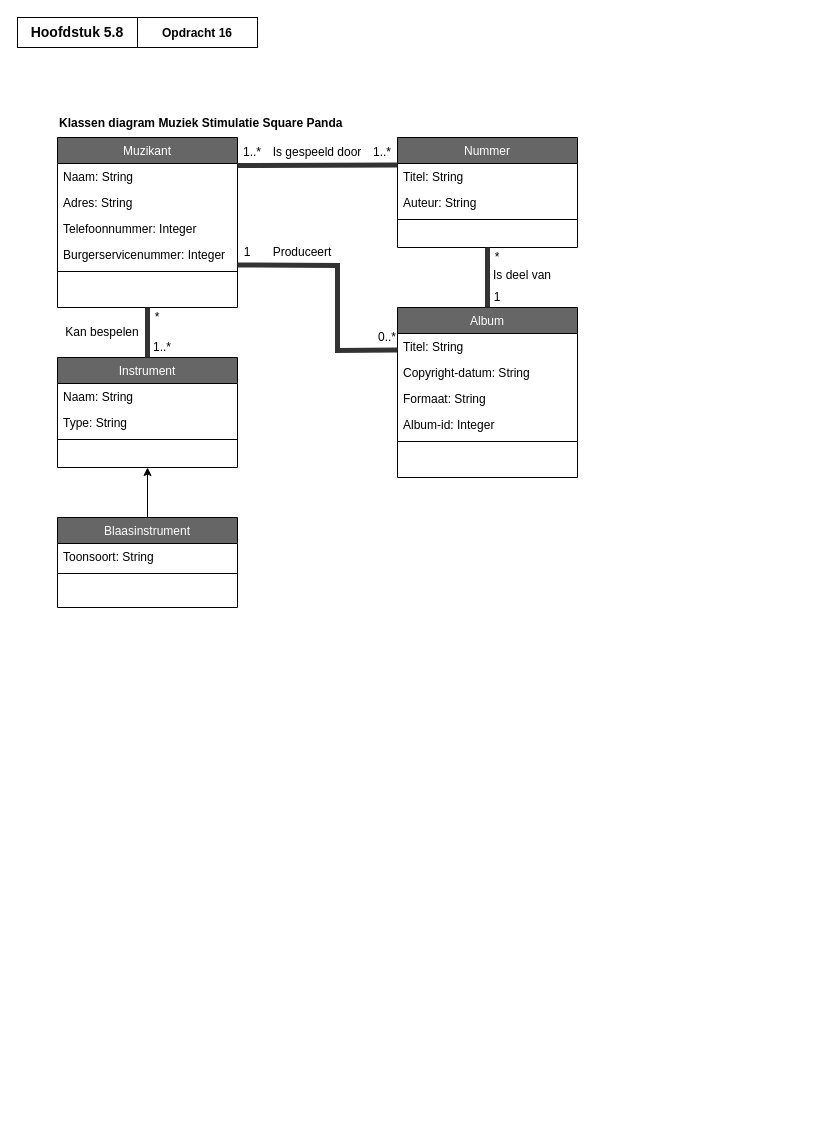
This is page "Opdracht16" (2 of 2) of ClassDiagrams.drawio from EMB20/Procesanalyse, a draw.io file, before an edit. Source tidied: cells renumbered, new cells numbered last; positions are measured from the earlier drawing's top-left corner, leaving out a move shared by most shapes. Both pictures are drawn from the tidied source at 100%, with x=0, y=0 at pixel (17, 17).
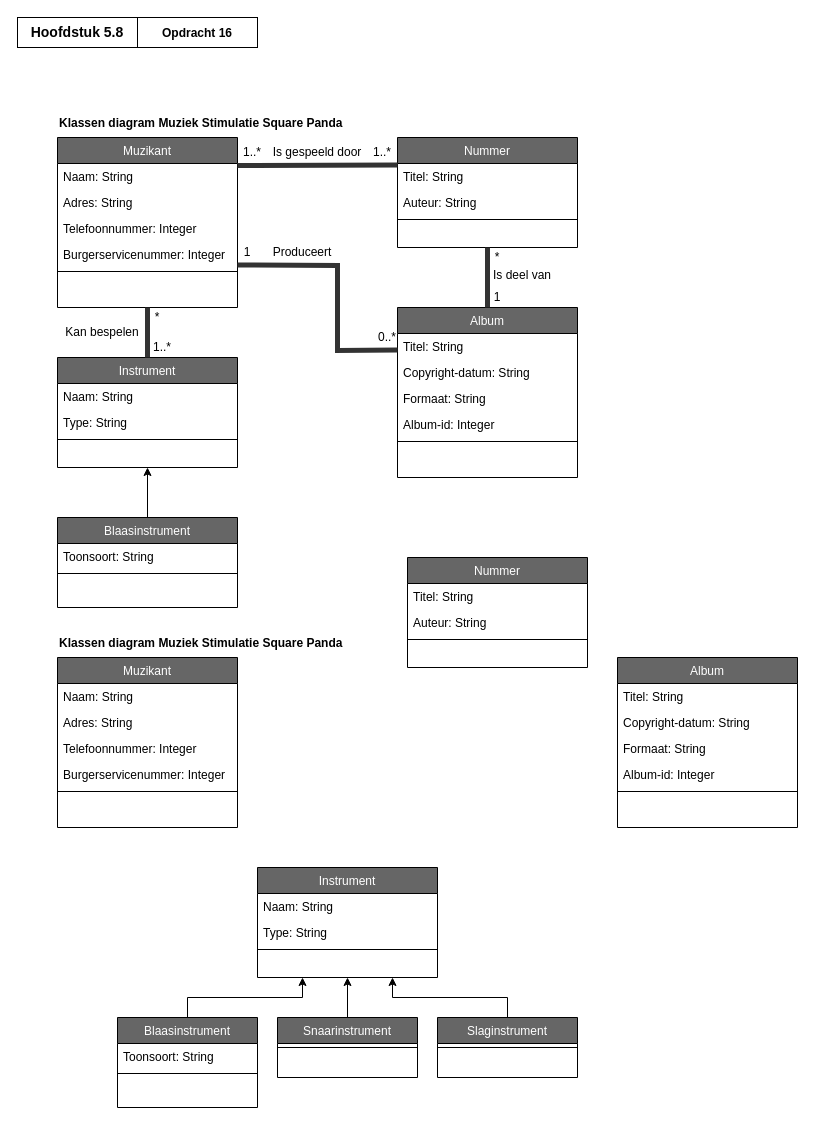
The same page after the edit.

The edit, as a diff of the source:
```diff
@@
+    <mxCell id="45" value="Muzikant" style="swimlane;fontStyle=0;align=center;verticalAlign=top;horizontal=1;startSize=26;rounded=0;shadow=0;strokeWidth=1;fillColor=#666666;fontColor=#FFFFFF;" parent="1" vertex="1">
+      <mxGeometry x="40" y="640" width="180" height="170" as="geometry" />
+    </mxCell>
+    <mxCell id="46" value="Naam: String" style="text;align=left;verticalAlign=top;spacingLeft=4;spacingRight=4;overflow=hidden;" parent="45" vertex="1">
+      <mxGeometry y="26" width="180" height="26" as="geometry" />
+    </mxCell>
+    <mxCell id="47" value="Adres: String" style="text;align=left;verticalAlign=top;spacingLeft=4;spacingRight=4;overflow=hidden;rounded=0;shadow=0;html=0;" parent="45" vertex="1">
+      <mxGeometry y="52" width="180" height="26" as="geometry" />
+    </mxCell>
+    <mxCell id="48" value="Telefoonnummer: Integer" style="text;align=left;verticalAlign=top;spacingLeft=4;spacingRight=4;overflow=hidden;rounded=0;shadow=0;html=0;" parent="45" vertex="1">
+      <mxGeometry y="78" width="180" height="26" as="geometry" />
+    </mxCell>
+    <mxCell id="49" value="Burgerservicenummer: Integer" style="text;align=left;verticalAlign=top;spacingLeft=4;spacingRight=4;overflow=hidden;rounded=0;shadow=0;html=0;" parent="45" vertex="1">
+      <mxGeometry y="104" width="180" height="26" as="geometry" />
+    </mxCell>
+    <mxCell id="50" style="line;html=1;strokeWidth=1;align=left;verticalAlign=middle;spacingTop=-1;spacingLeft=3;spacingRight=3;labelPosition=right;" parent="45" vertex="1">
+      <mxGeometry y="130" width="180" height="8" as="geometry" />
+    </mxCell>
+    <mxCell id="51" value="&lt;font style=&quot;font-size: 12px;&quot;&gt;Klassen diagram Muziek Stimulatie Square Panda&lt;/font&gt;" style="text;html=1;align=left;verticalAlign=middle;whiteSpace=wrap;rounded=0;fontStyle=1;fontSize=14;" parent="1" vertex="1">
+      <mxGeometry x="40" y="610" width="310" height="30" as="geometry" />
+    </mxCell>
+    <mxCell id="52" value="Instrument" style="swimlane;fontStyle=0;align=center;verticalAlign=top;horizontal=1;startSize=26;rounded=0;shadow=0;strokeWidth=1;fillColor=#666666;fontColor=#FFFFFF;" parent="1" vertex="1">
+      <mxGeometry x="240" y="850" width="180" height="110" as="geometry" />
+    </mxCell>
+    <mxCell id="53" value="Naam: String" style="text;align=left;verticalAlign=top;spacingLeft=4;spacingRight=4;overflow=hidden;" parent="52" vertex="1">
+      <mxGeometry y="26" width="180" height="26" as="geometry" />
+    </mxCell>
+    <mxCell id="54" value="Type: String" style="text;align=left;verticalAlign=top;spacingLeft=4;spacingRight=4;overflow=hidden;rounded=0;shadow=0;html=0;" parent="52" vertex="1">
+      <mxGeometry y="52" width="180" height="26" as="geometry" />
+    </mxCell>
+    <mxCell id="55" style="line;html=1;strokeWidth=1;align=left;verticalAlign=middle;spacingTop=-1;spacingLeft=3;spacingRight=3;labelPosition=right;" parent="52" vertex="1">
+      <mxGeometry y="78" width="180" height="8" as="geometry" />
+    </mxCell>
+    <mxCell id="56" style="edgeStyle=orthogonalEdgeStyle;rounded=0;jettySize=auto;html=1;exitX=0.5;exitY=0;exitDx=0;exitDy=0;entryX=0.25;entryY=1;entryDx=0;entryDy=0;" parent="1" edge="1" source="57" target="52">
+      <mxGeometry relative="1" as="geometry" />
+    </mxCell>
+    <mxCell id="57" value="Blaasinstrument" style="swimlane;fontStyle=0;align=center;verticalAlign=top;horizontal=1;startSize=26;rounded=0;shadow=0;strokeWidth=1;fillColor=#666666;fontColor=#FFFFFF;" parent="1" vertex="1">
+      <mxGeometry x="100" y="1000" width="140" height="90" as="geometry" />
+    </mxCell>
+    <mxCell id="58" value="Toonsoort: String" style="text;align=left;verticalAlign=top;spacingLeft=4;spacingRight=4;overflow=hidden;" parent="57" vertex="1">
+      <mxGeometry y="26" width="140" height="26" as="geometry" />
+    </mxCell>
+    <mxCell id="59" style="line;html=1;strokeWidth=1;align=left;verticalAlign=middle;spacingTop=-1;spacingLeft=3;spacingRight=3;labelPosition=right;" parent="57" vertex="1">
+      <mxGeometry y="52" width="140" height="8" as="geometry" />
+    </mxCell>
+    <mxCell id="60" value="Album" style="swimlane;fontStyle=0;align=center;verticalAlign=top;horizontal=1;startSize=26;rounded=0;shadow=0;strokeWidth=1;fillColor=#666666;fontColor=#FFFFFF;" parent="1" vertex="1">
+      <mxGeometry x="600" y="640" width="180" height="170" as="geometry" />
+    </mxCell>
+    <mxCell id="61" value="Titel: String" style="text;align=left;verticalAlign=top;spacingLeft=4;spacingRight=4;overflow=hidden;" parent="60" vertex="1">
+      <mxGeometry y="26" width="180" height="26" as="geometry" />
+    </mxCell>
+    <mxCell id="62" value="Copyright-datum: String" style="text;align=left;verticalAlign=top;spacingLeft=4;spacingRight=4;overflow=hidden;rounded=0;shadow=0;html=0;" parent="60" vertex="1">
+      <mxGeometry y="52" width="180" height="26" as="geometry" />
+    </mxCell>
+    <mxCell id="63" value="Formaat: String" style="text;align=left;verticalAlign=top;spacingLeft=4;spacingRight=4;overflow=hidden;rounded=0;shadow=0;html=0;" parent="60" vertex="1">
+      <mxGeometry y="78" width="180" height="26" as="geometry" />
+    </mxCell>
+    <mxCell id="64" value="Album-id: Integer" style="text;align=left;verticalAlign=top;spacingLeft=4;spacingRight=4;overflow=hidden;rounded=0;shadow=0;html=0;" parent="60" vertex="1">
+      <mxGeometry y="104" width="180" height="26" as="geometry" />
+    </mxCell>
+    <mxCell id="65" style="line;html=1;strokeWidth=1;align=left;verticalAlign=middle;spacingTop=-1;spacingLeft=3;spacingRight=3;labelPosition=right;" parent="60" vertex="1">
+      <mxGeometry y="130" width="180" height="8" as="geometry" />
+    </mxCell>
+    <mxCell id="66" value="Nummer" style="swimlane;fontStyle=0;align=center;verticalAlign=top;horizontal=1;startSize=26;rounded=0;shadow=0;strokeWidth=1;fillColor=#666666;fontColor=#FFFFFF;" parent="1" vertex="1">
+      <mxGeometry x="390" y="540" width="180" height="110" as="geometry" />
+    </mxCell>
+    <mxCell id="67" value="Titel: String" style="text;align=left;verticalAlign=top;spacingLeft=4;spacingRight=4;overflow=hidden;" parent="66" vertex="1">
+      <mxGeometry y="26" width="180" height="26" as="geometry" />
+    </mxCell>
+    <mxCell id="68" value="Auteur: String" style="text;align=left;verticalAlign=top;spacingLeft=4;spacingRight=4;overflow=hidden;rounded=0;shadow=0;html=0;" parent="66" vertex="1">
+      <mxGeometry y="52" width="180" height="26" as="geometry" />
+    </mxCell>
+    <mxCell id="69" style="line;html=1;strokeWidth=1;align=left;verticalAlign=middle;spacingTop=-1;spacingLeft=3;spacingRight=3;labelPosition=right;" parent="66" vertex="1">
+      <mxGeometry y="78" width="180" height="8" as="geometry" />
+    </mxCell>
+    <mxCell id="70" style="edgeStyle=orthogonalEdgeStyle;rounded=0;jettySize=auto;html=1;exitX=0.5;exitY=0;exitDx=0;exitDy=0;entryX=0.5;entryY=1;entryDx=0;entryDy=0;" parent="1" edge="1" source="71" target="52">
+      <mxGeometry relative="1" as="geometry" />
+    </mxCell>
+    <mxCell id="71" value="Snaarinstrument" style="swimlane;fontStyle=0;align=center;verticalAlign=top;horizontal=1;startSize=26;rounded=0;shadow=0;strokeWidth=1;fillColor=#666666;fontColor=#FFFFFF;" parent="1" vertex="1">
+      <mxGeometry x="260" y="1000" width="140" height="60" as="geometry" />
+    </mxCell>
+    <mxCell id="72" style="line;html=1;strokeWidth=1;align=left;verticalAlign=middle;spacingTop=-1;spacingLeft=3;spacingRight=3;labelPosition=right;" parent="71" vertex="1">
+      <mxGeometry y="26" width="140" height="8" as="geometry" />
+    </mxCell>
+    <mxCell id="73" style="edgeStyle=orthogonalEdgeStyle;rounded=0;jettySize=auto;html=1;exitX=0.5;exitY=0;exitDx=0;exitDy=0;entryX=0.75;entryY=1;entryDx=0;entryDy=0;" parent="1" edge="1" source="74" target="52">
+      <mxGeometry relative="1" as="geometry" />
+    </mxCell>
+    <mxCell id="74" value="Slaginstrument" style="swimlane;fontStyle=0;align=center;verticalAlign=top;horizontal=1;startSize=26;rounded=0;shadow=0;strokeWidth=1;fillColor=#666666;fontColor=#FFFFFF;" parent="1" vertex="1">
+      <mxGeometry x="420" y="1000" width="140" height="60" as="geometry" />
+    </mxCell>
+    <mxCell id="75" style="line;html=1;strokeWidth=1;align=left;verticalAlign=middle;spacingTop=-1;spacingLeft=3;spacingRight=3;labelPosition=right;" parent="74" vertex="1">
+      <mxGeometry y="26" width="140" height="8" as="geometry" />
+    </mxCell>
```
